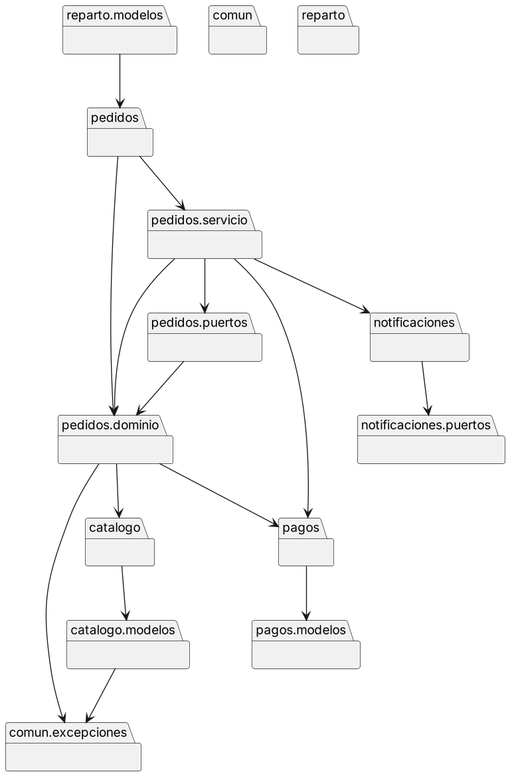
Above: docs/design/img/packages_sancamilo.png in JBenjamin01/cs-2026b-lab04-grupob (PlantUML), before the change.
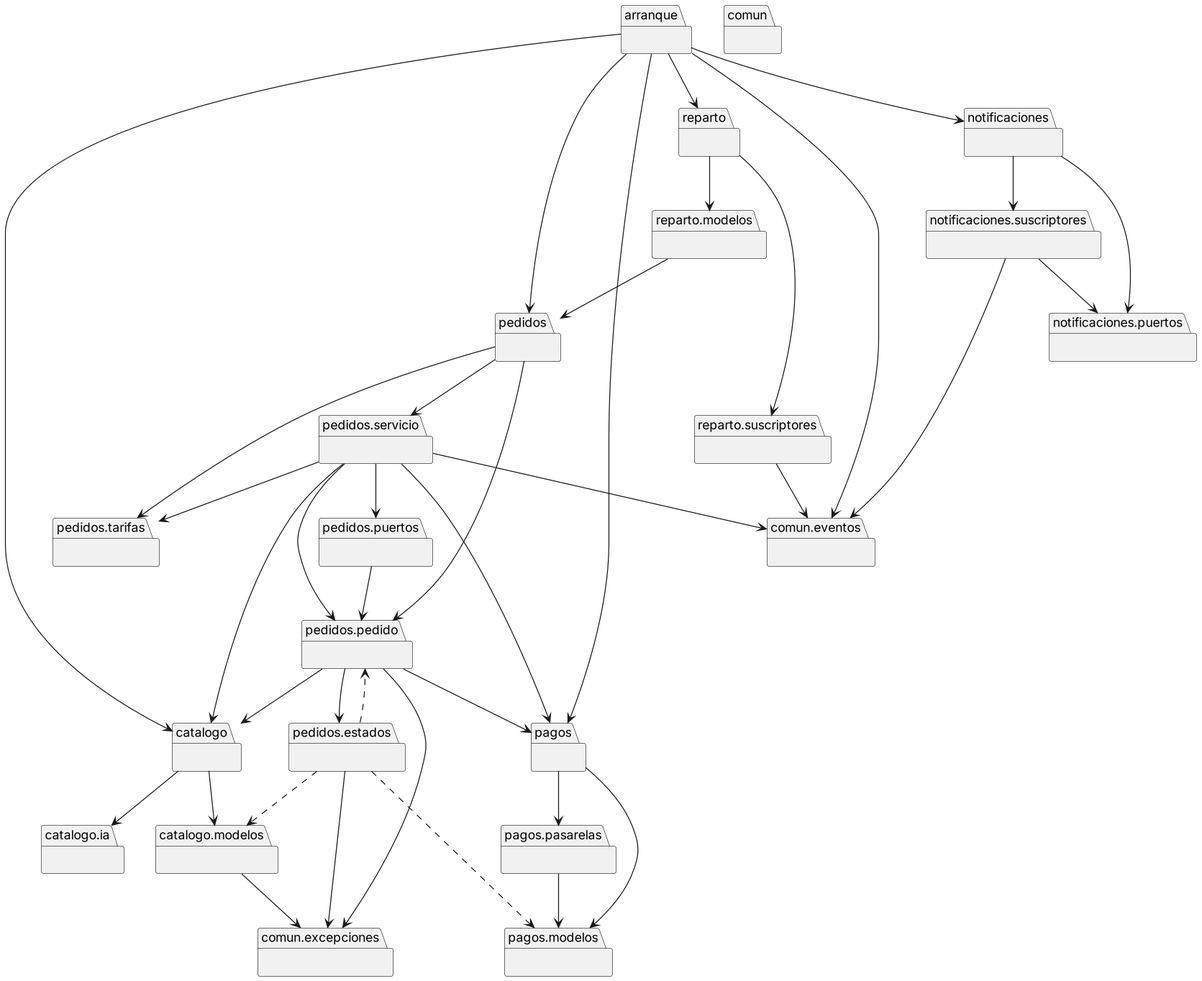
The same file after the commit.

The edit, as a diff of the source:
```diff
@@ -1,12 +1,18 @@
 @startuml packages_sancamilo
-skinparam dpi 130
+skinparam dpi 120
 skinparam defaultFontName Arial
 set namespaceSeparator none
+package "arranque" as arranque {
+}
 package "catalogo" as catalogo {
+}
+package "catalogo.ia" as catalogo.ia {
 }
 package "catalogo.modelos" as catalogo.modelos {
 }
 package "comun" as comun {
+}
+package "comun.eventos" as comun.eventos {
 }
 package "comun.excepciones" as comun.excepciones {
 }
@@ -14,35 +20,68 @@
 }
 package "notificaciones.puertos" as notificaciones.puertos {
 }
+package "notificaciones.suscriptores" as notificaciones.suscriptores {
+}
 package "pagos" as pagos {
 }
 package "pagos.modelos" as pagos.modelos {
 }
+package "pagos.pasarelas" as pagos.pasarelas {
+}
 package "pedidos" as pedidos {
 }
-package "pedidos.dominio" as pedidos.dominio {
+package "pedidos.estados" as pedidos.estados {
+}
+package "pedidos.pedido" as pedidos.pedido {
 }
 package "pedidos.puertos" as pedidos.puertos {
 }
 package "pedidos.servicio" as pedidos.servicio {
 }
+package "pedidos.tarifas" as pedidos.tarifas {
+}
 package "reparto" as reparto {
 }
 package "reparto.modelos" as reparto.modelos {
 }
+package "reparto.suscriptores" as reparto.suscriptores {
+}
+arranque --> catalogo
+arranque --> comun.eventos
+arranque --> notificaciones
+arranque --> pagos
+arranque --> pedidos
+arranque --> reparto
+catalogo --> catalogo.ia
 catalogo --> catalogo.modelos
 catalogo.modelos --> comun.excepciones
 notificaciones --> notificaciones.puertos
+notificaciones --> notificaciones.suscriptores
+notificaciones.suscriptores --> comun.eventos
+notificaciones.suscriptores --> notificaciones.puertos
 pagos --> pagos.modelos
-pedidos --> pedidos.dominio
+pagos --> pagos.pasarelas
+pagos.pasarelas --> pagos.modelos
+pedidos --> pedidos.pedido
 pedidos --> pedidos.servicio
-pedidos.dominio --> catalogo
-pedidos.dominio --> comun.excepciones
-pedidos.dominio --> pagos
-pedidos.puertos --> pedidos.dominio
-pedidos.servicio --> notificaciones
+pedidos --> pedidos.tarifas
+pedidos.estados --> comun.excepciones
+pedidos.pedido --> catalogo
+pedidos.pedido --> comun.excepciones
+pedidos.pedido --> pagos
+pedidos.pedido --> pedidos.estados
+pedidos.puertos --> pedidos.pedido
+pedidos.servicio --> catalogo
+pedidos.servicio --> comun.eventos
 pedidos.servicio --> pagos
-pedidos.servicio --> pedidos.dominio
+pedidos.servicio --> pedidos.pedido
 pedidos.servicio --> pedidos.puertos
+pedidos.servicio --> pedidos.tarifas
+reparto --> reparto.modelos
+reparto --> reparto.suscriptores
 reparto.modelos --> pedidos
+reparto.suscriptores --> comun.eventos
+pedidos.estados ..> catalogo.modelos
+pedidos.estados ..> pagos.modelos
+pedidos.estados ..> pedidos.pedido
 @enduml
```
